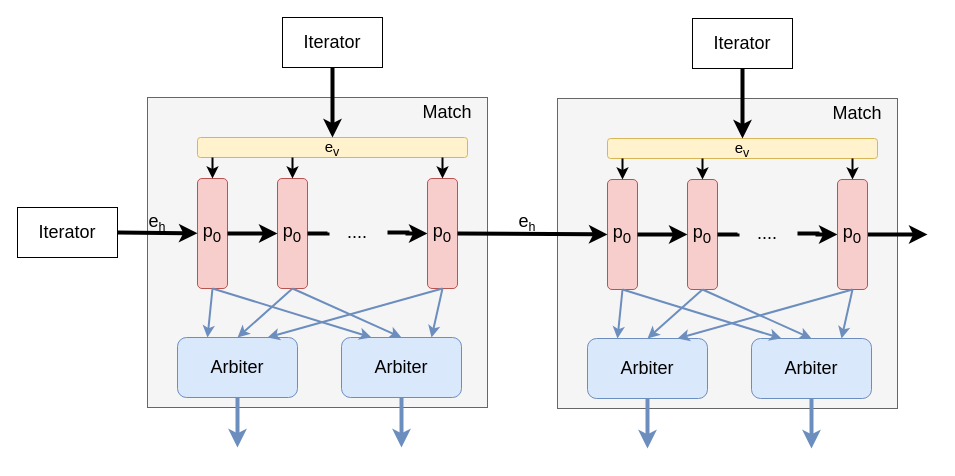
Earlier version of the draw.io diagram img/MatchPipeline.drawio (Coder-Colder/MyPics). Source tidied: cells renumbered, new cells numbered last; positions are measured from the earlier drawing's top-left corner, leaving out a move shared by most shapes. Both pictures are drawn from the tidied source at 100%, with x=0, y=0 at pixel (17, 17).
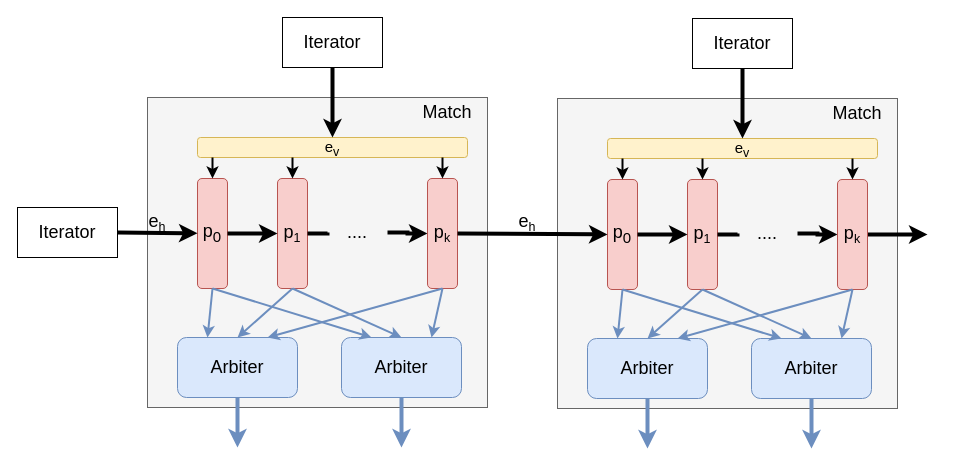
After the change.

The edit, as a diff of the source:
```diff
@@
-    <mxCell id="11" value="p&lt;sub&gt;0&lt;/sub&gt;" style="rounded=1;whiteSpace=wrap;html=1;fontSize=18;fillColor=#f8cecc;strokeColor=#b85450;" parent="1" vertex="1">
+    <mxCell id="11" value="p&lt;span style=&quot;font-size: 15px;&quot;&gt;&lt;sub&gt;1&lt;/sub&gt;&lt;/span&gt;" style="rounded=1;whiteSpace=wrap;html=1;fontSize=18;fillColor=#f8cecc;strokeColor=#b85450;" parent="1" vertex="1">
       <mxGeometry x="260" y="161" width="30" height="110" as="geometry" />
     </mxCell>
@@
-    <mxCell id="14" value="p&lt;sub&gt;0&lt;/sub&gt;" style="rounded=1;whiteSpace=wrap;html=1;fontSize=18;fillColor=#f8cecc;strokeColor=#b85450;" parent="1" vertex="1">
+    <mxCell id="14" value="p&lt;span style=&quot;font-size: 15px;&quot;&gt;&lt;sub&gt;k&lt;/sub&gt;&lt;/span&gt;" style="rounded=1;whiteSpace=wrap;html=1;fontSize=18;fillColor=#f8cecc;strokeColor=#b85450;" parent="1" vertex="1">
       <mxGeometry x="410" y="161" width="30" height="110" as="geometry" />
     </mxCell>
@@
-    <mxCell id="38" value="p&lt;sub&gt;0&lt;/sub&gt;" style="rounded=1;whiteSpace=wrap;html=1;fontSize=18;fillColor=#f8cecc;strokeColor=#b85450;" parent="1" vertex="1">
+    <mxCell id="38" value="p&lt;span style=&quot;font-size: 15px;&quot;&gt;&lt;sub&gt;1&lt;/sub&gt;&lt;/span&gt;" style="rounded=1;whiteSpace=wrap;html=1;fontSize=18;fillColor=#f8cecc;strokeColor=#b85450;" parent="1" vertex="1">
       <mxGeometry x="670" y="162" width="30" height="110" as="geometry" />
     </mxCell>
@@
-    <mxCell id="42" value="p&lt;sub&gt;0&lt;/sub&gt;" style="rounded=1;whiteSpace=wrap;html=1;fontSize=18;fillColor=#f8cecc;strokeColor=#b85450;" parent="1" vertex="1">
+    <mxCell id="42" value="p&lt;span style=&quot;font-size: 15px;&quot;&gt;&lt;sub&gt;k&lt;/sub&gt;&lt;/span&gt;" style="rounded=1;whiteSpace=wrap;html=1;fontSize=18;fillColor=#f8cecc;strokeColor=#b85450;" parent="1" vertex="1">
       <mxGeometry x="820" y="162" width="30" height="110" as="geometry" />
     </mxCell>
```
